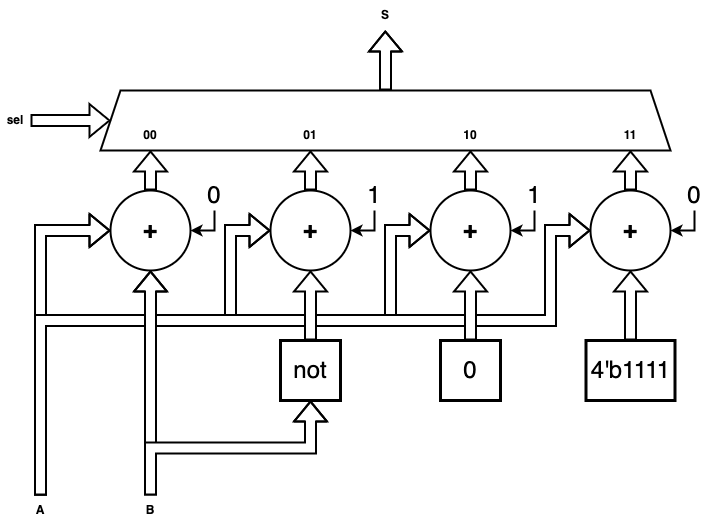
Earlier version of the draw.io export assets/images/2021-12-21-verilogHDL_chapter3_combinational_logic/시스템_반도체_설계_3장-figure_20.drawio.png (ParkDongho/ParkDongho.github.io). Source tidied: cells renumbered, new cells last; positions are measured from the earlier drawing's top-left corner, leaving out a move shared by most shapes.
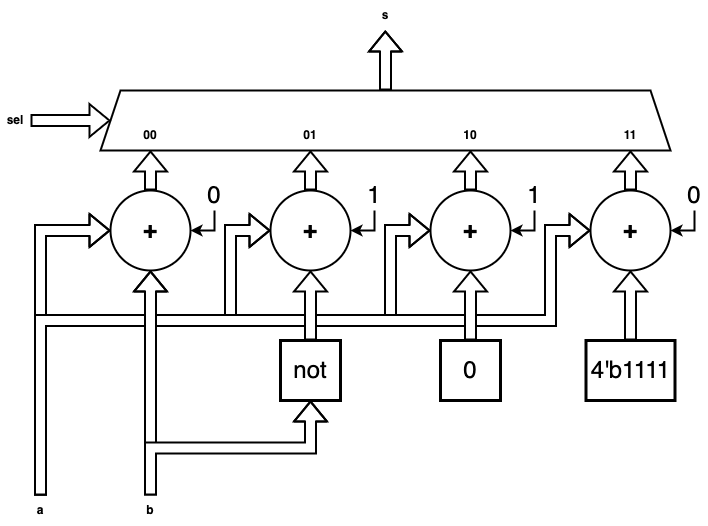
After the change.

The edit, as a diff of the source:
```diff
@@ -72,7 +72,7 @@
         </Array>
       </mxGeometry>
     </mxCell>
-    <mxCell id="16" value="A" style="text;html=1;strokeColor=none;fillColor=none;align=center;verticalAlign=middle;whiteSpace=wrap;rounded=0;fontSize=12;fontStyle=1;" parent="1" vertex="1">
+    <mxCell id="16" value="a" style="text;html=1;strokeColor=none;fillColor=none;align=center;verticalAlign=middle;whiteSpace=wrap;rounded=0;fontSize=12;fontStyle=1;" parent="1" vertex="1">
       <mxGeometry x="10" y="495" width="60" height="30" as="geometry" />
     </mxCell>
     <mxCell id="17" style="edgeStyle=orthogonalEdgeStyle;shape=flexArrow;rounded=0;jettySize=auto;html=1;exitX=0.5;exitY=0;exitDx=0;exitDy=0;entryX=0.5;entryY=1;entryDx=0;entryDy=0;fontSize=12;startArrow=none;startFill=0;endArrow=classic;endFill=1;strokeWidth=2;fillColor=default;" parent="1" edge="1" source="19" target="5">
@@ -86,10 +86,10 @@
     <mxCell id="18" style="edgeStyle=orthogonalEdgeStyle;shape=flexArrow;rounded=0;jettySize=auto;html=1;exitX=0.5;exitY=0;exitDx=0;exitDy=0;entryX=0.5;entryY=1;entryDx=0;entryDy=0;fontSize=24;startArrow=none;startFill=0;endArrow=classic;endFill=1;strokeWidth=2;fillColor=default;" parent="1" edge="1" source="19" target="28">
       <mxGeometry relative="1" as="geometry" />
     </mxCell>
-    <mxCell id="19" value="B" style="text;html=1;strokeColor=none;fillColor=none;align=center;verticalAlign=middle;whiteSpace=wrap;rounded=0;fontSize=12;fontStyle=1;" parent="1" vertex="1">
+    <mxCell id="19" value="b" style="text;html=1;strokeColor=none;fillColor=none;align=center;verticalAlign=middle;whiteSpace=wrap;rounded=0;fontSize=12;fontStyle=1;" parent="1" vertex="1">
       <mxGeometry x="120" y="495" width="60" height="30" as="geometry" />
     </mxCell>
-    <mxCell id="20" value="S" style="text;html=1;strokeColor=none;fillColor=none;align=center;verticalAlign=middle;whiteSpace=wrap;rounded=0;fontSize=12;fontStyle=1;" parent="1" vertex="1">
+    <mxCell id="20" value="s" style="text;html=1;strokeColor=none;fillColor=none;align=center;verticalAlign=middle;whiteSpace=wrap;rounded=0;fontSize=12;fontStyle=1;" parent="1" vertex="1">
       <mxGeometry x="355" width="60" height="30" as="geometry" />
     </mxCell>
     <mxCell id="21" style="shape=flexArrow;endArrow=classic;html=1;rounded=0;fontSize=12;strokeWidth=2;fillColor=default;exitX=1;exitY=0.5;exitDx=0;exitDy=0;" parent="1" edge="1" source="22" target="3">
```
